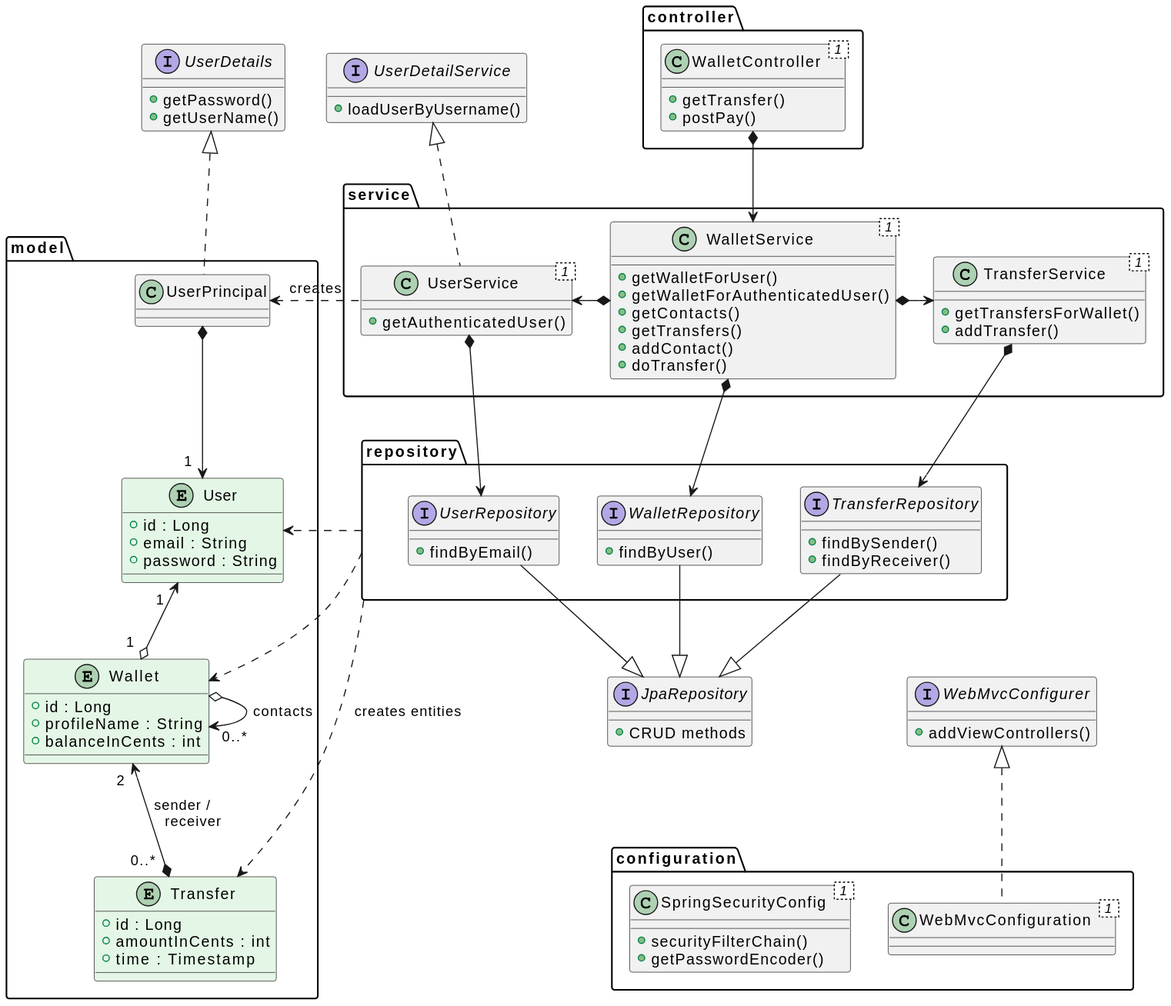
Before: docs/classes.uml.svg, a diagram exported from PlantUML (raranguren/p6-paymybuddy).
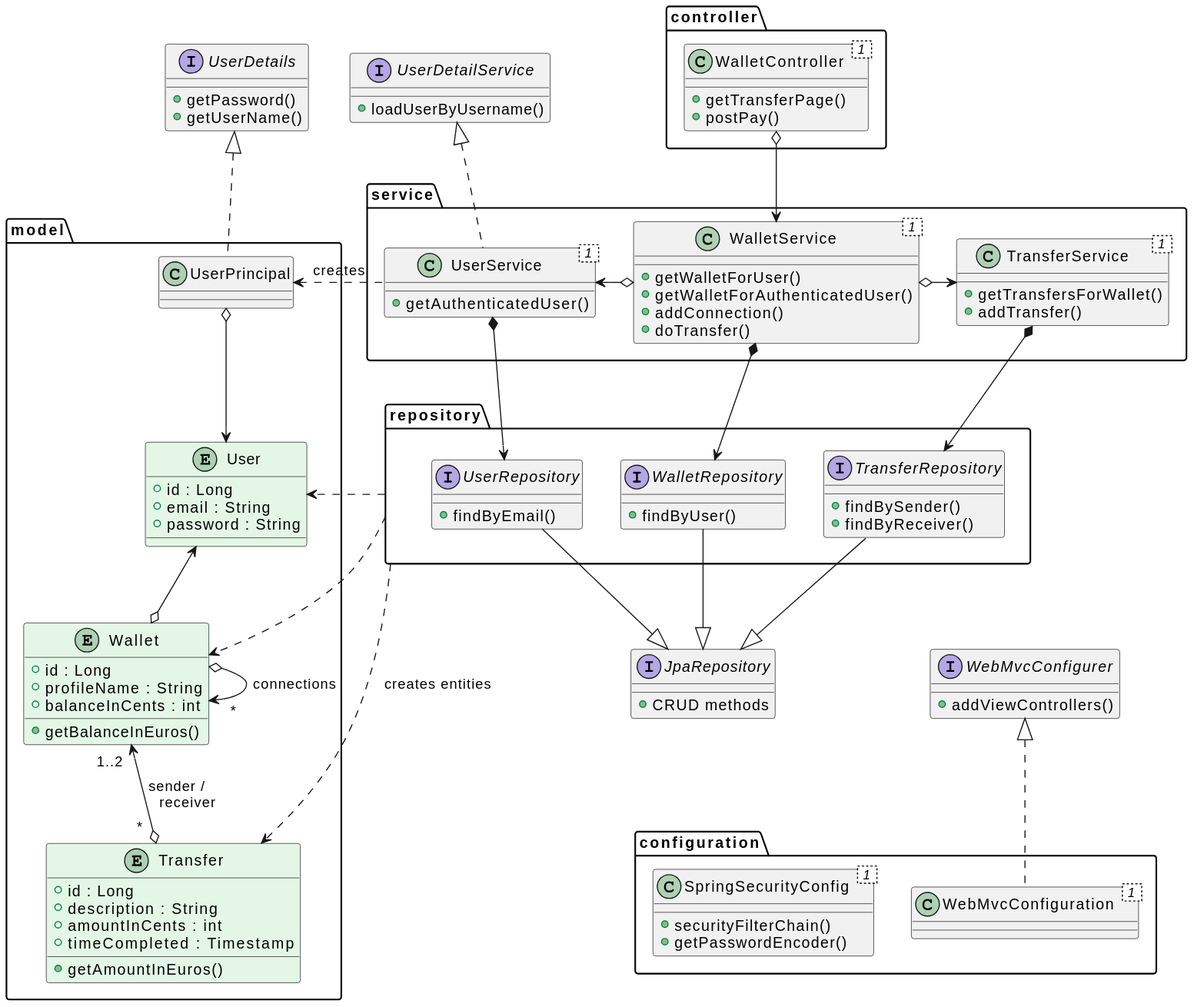
After the change.

Commit message:
renamed "contacts" to "connections"

What changed in the source:
```diff
@@ -24,7 +24,7 @@
 
 package controller {
   class WalletController< 1 > {
-    +getTransfer()
+    +getTransferPage()
     +postPay()
   }
 }
@@ -36,9 +36,7 @@
   class WalletService< 1 > {
     +getWalletForUser()
     +getWalletForAuthenticatedUser()
-    +getContacts()
-    +getTransfers()
-    +addContact()
+    +addConnection()
     +doTransfer()
   }
   class TransferService< 1 > {
@@ -61,12 +59,15 @@
     +id : Long
     +profileName : String
     +balanceInCents : int
+    +getBalanceInEuros()
   }
 
   entity Transfer #e4f7e6 {
     +id : Long
+    +description : String
     +amountInCents : int
-    +time : Timestamp
+    +timeCompleted : Timestamp
+    +getAmountInEuros()
   }
 }
 
@@ -83,15 +84,15 @@
   }
 }
 
-WalletController *--> WalletService
+WalletController o--> WalletService
 
-WalletService *-> TransferService
-UserService <-* WalletService
+WalletService o-> TransferService
+UserService <-o WalletService
 UserPrincipal <. UserService : creates
-UserPrincipal " " *--> "1  " User
-User "1  " <--o "1  " Wallet
-Wallet "2  " <--* " 0..*  " Transfer : sender /    \n receiver
-Wallet o-> " 0..*  " Wallet : contacts
+UserPrincipal " " o--> User
+User <--o Wallet
+Wallet "1..2  " <--o " *  " Transfer : sender /    \n receiver
+Wallet o-> "   *    " Wallet : connections
 UserService *--> UserRepository
 WalletService *--> WalletRepository
 TransferService *--> TransferRepository
@@ -105,7 +106,6 @@
 TransferRepository --|> JpaRepository
 WalletRepository --|> JpaRepository
 
-
 SpringSecurityConfig .[hidden]> WebMvcConfiguration
 JpaRepository .[hidden]> space
 space .[hidden]> WebMvcConfigurer
```
